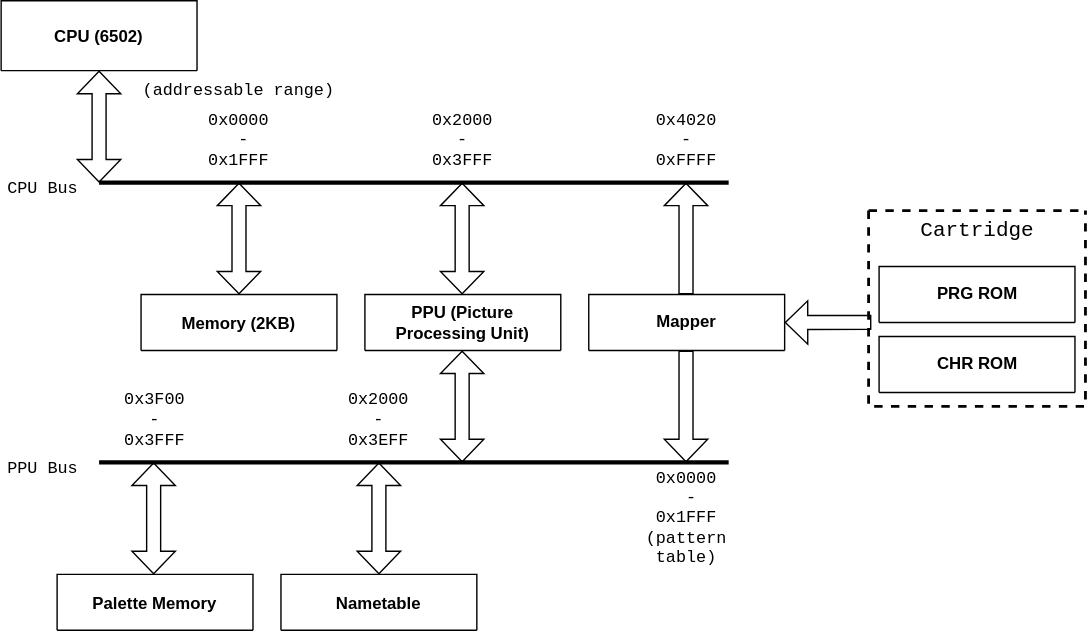
Louis-Tarvin/NES-Emulator keeps this draw.io diagram as images/structure.svg. Above is the earlier version. Source tidied: cells renumbered, new cells last; positions are measured from the earlier drawing's top-left corner, leaving out a move shared by most shapes.
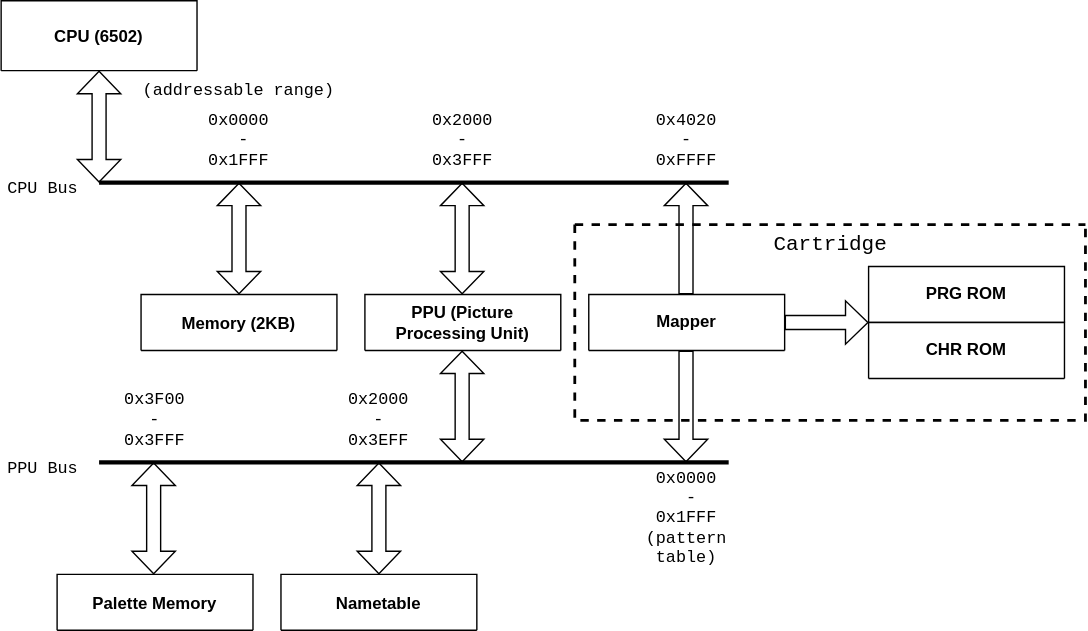
The same diagram one commit later.

Change to the diagram source:
```diff
@@ -103,19 +103,22 @@
       <mxGeometry x="70" y="280" width="80" height="40" as="geometry" />
     </mxCell>
     <mxCell id="26" style="swimlane;startSize=0;fontFamily=Courier New;dashed=1;strokeWidth=2;" parent="1" vertex="1">
-      <mxGeometry x="620" y="150" width="155" height="140" as="geometry" />
+      <mxGeometry x="410" y="160" width="365" height="140" as="geometry" />
     </mxCell>
     <mxCell id="27" value="PRG ROM" style="swimlane;startSize=50;verticalAlign=middle;whiteSpace=wrap;" parent="26" vertex="1">
-      <mxGeometry x="7.5" y="40" width="140" height="40" as="geometry" />
+      <mxGeometry x="210" y="30" width="140" height="40" as="geometry" />
     </mxCell>
     <mxCell id="28" value="CHR ROM" style="swimlane;startSize=50;verticalAlign=middle;whiteSpace=wrap;" parent="26" vertex="1">
-      <mxGeometry x="7.5" y="90" width="140" height="40" as="geometry" />
+      <mxGeometry x="210" y="70" width="140" height="40" as="geometry" />
     </mxCell>
     <mxCell id="29" value="Cartridge" style="text;html=1;strokeColor=none;fillColor=none;align=center;verticalAlign=middle;whiteSpace=wrap;rounded=0;dashed=1;fontFamily=Courier New;fontSize=15;" parent="26" vertex="1">
-      <mxGeometry x="8" width="140" height="30" as="geometry" />
+      <mxGeometry x="112.5" width="140" height="30" as="geometry" />
     </mxCell>
-    <mxCell id="30" style="shape=flexArrow;endArrow=classic;startArrow=none;html=1;rounded=0;strokeWidth=1;endSize=5;startSize=5;sourcePerimeterSpacing=0;entryX=1;entryY=0.5;entryDx=0;entryDy=0;exitX=0.013;exitY=0.571;exitDx=0;exitDy=0;exitPerimeter=0;startFill=0;" parent="1" edge="1" source="26" target="11">
-      <mxGeometry relative="1" as="geometry" />
+    <mxCell id="30" style="shape=flexArrow;endArrow=classic;startArrow=none;html=1;rounded=0;strokeWidth=1;endSize=5;startSize=5;sourcePerimeterSpacing=0;startFill=0;" parent="1" edge="1">
+      <mxGeometry relative="1" as="geometry">
+        <mxPoint x="560" y="230" as="sourcePoint" />
+        <mxPoint x="620" y="230" as="targetPoint" />
+      </mxGeometry>
     </mxCell>
     <mxCell id="31" value="(addressable range)" style="text;html=1;strokeColor=none;fillColor=none;align=center;verticalAlign=middle;whiteSpace=wrap;rounded=0;fontFamily=Courier New;" parent="1" vertex="1">
       <mxGeometry x="100" y="50" width="140" height="30" as="geometry" />
```
